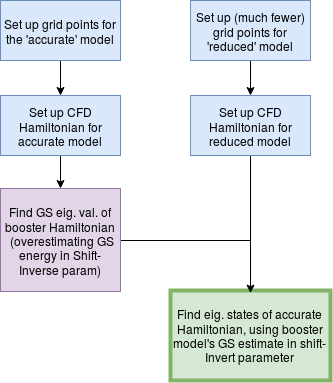
This is Figures/FastBoi.png from LukeRoantree4815162342/MastersThesis, a draw.io export, as it was before one commit. Source tidied: cells renumbered, new cells last; positions are measured from the earlier drawing's top-left corner, leaving out a move shared by most shapes. The source it was exported from:
```xml
<mxGraphModel>
  <root>
    <mxCell id="0" />
    <mxCell id="1" parent="0" />
    <mxCell id="2" style="rounded=1;whiteSpace=wrap;html=1;" parent="1" vertex="1">
      <mxGeometry width="120" height="60" as="geometry" />
    </mxCell>
    <mxCell id="3" style="edgeStyle=orthogonalEdgeStyle;rounded=0;jettySize=auto;html=1;exitX=0.5;exitY=1;exitDx=0;exitDy=0;entryX=0.5;entryY=0;entryDx=0;entryDy=0;" parent="1" edge="1" source="4" target="10">
      <mxGeometry relative="1" as="geometry" />
    </mxCell>
    <mxCell id="4" value="Set up grid points for the 'accurate' model" style="text;html=1;strokeColor=#6c8ebf;fillColor=#dae8fc;align=center;verticalAlign=middle;whiteSpace=wrap;rounded=0;" parent="1" vertex="1">
      <mxGeometry width="120" height="60" as="geometry" />
    </mxCell>
    <mxCell id="5" style="rounded=1;whiteSpace=wrap;html=1;" parent="1" vertex="1">
      <mxGeometry x="190" width="120" height="60" as="geometry" />
    </mxCell>
    <mxCell id="6" style="edgeStyle=orthogonalEdgeStyle;rounded=0;jettySize=auto;html=1;exitX=0.5;exitY=1;exitDx=0;exitDy=0;entryX=0.5;entryY=0;entryDx=0;entryDy=0;" parent="1" edge="1" source="7" target="17">
      <mxGeometry relative="1" as="geometry" />
    </mxCell>
    <mxCell id="7" value="Set up (much fewer) grid points for 'reduced' model" style="text;html=1;strokeColor=#6c8ebf;fillColor=#dae8fc;align=center;verticalAlign=middle;whiteSpace=wrap;rounded=0;" parent="1" vertex="1">
      <mxGeometry x="190" width="120" height="60" as="geometry" />
    </mxCell>
    <mxCell id="8" style="rounded=1;whiteSpace=wrap;html=1;" parent="1" vertex="1">
      <mxGeometry y="95" width="120" height="60" as="geometry" />
    </mxCell>
    <mxCell id="9" style="edgeStyle=orthogonalEdgeStyle;rounded=0;jettySize=auto;html=1;exitX=0.5;exitY=1;exitDx=0;exitDy=0;entryX=0.5;entryY=0;entryDx=0;entryDy=0;" parent="1" edge="1" source="10" target="13">
      <mxGeometry relative="1" as="geometry" />
    </mxCell>
    <mxCell id="10" value="Set up CFD Hamiltonian for accurate model" style="text;html=1;strokeColor=#6c8ebf;fillColor=#dae8fc;align=center;verticalAlign=middle;whiteSpace=wrap;rounded=0;" parent="1" vertex="1">
      <mxGeometry y="95" width="120" height="60" as="geometry" />
    </mxCell>
    <mxCell id="11" style="rounded=1;whiteSpace=wrap;html=1;" parent="1" vertex="1">
      <mxGeometry y="188" width="120" height="103" as="geometry" />
    </mxCell>
    <mxCell id="12" style="edgeStyle=orthogonalEdgeStyle;rounded=0;jettySize=auto;html=1;exitX=1;exitY=0.5;exitDx=0;exitDy=0;endArrow=none;endFill=0;" parent="1" edge="1" source="13">
      <mxGeometry relative="1" as="geometry">
        <mxPoint x="250" y="240" as="targetPoint" />
      </mxGeometry>
    </mxCell>
    <mxCell id="13" value="&lt;div&gt;Find GS eig. val. of booster Hamiltonian&lt;br&gt;&lt;/div&gt;&amp;nbsp;(overestimating GS energy in Shift-Inverse param)" style="text;html=1;strokeColor=#9673a6;fillColor=#e1d5e7;align=center;verticalAlign=middle;whiteSpace=wrap;rounded=0;" parent="1" vertex="1">
      <mxGeometry y="188" width="120" height="103" as="geometry" />
    </mxCell>
    <mxCell id="14" value="Find eig. states of accurate Hamiltonian, using booster model's GS estimate in shift-Invert parameter" style="text;html=1;strokeColor=#82b366;fillColor=#d5e8d4;align=center;verticalAlign=middle;whiteSpace=wrap;rounded=0;strokeWidth=4;" parent="1" vertex="1">
      <mxGeometry x="170" y="290" width="160" height="90" as="geometry" />
    </mxCell>
    <mxCell id="15" style="rounded=1;whiteSpace=wrap;html=1;" parent="1" vertex="1">
      <mxGeometry x="190" y="95" width="120" height="60" as="geometry" />
    </mxCell>
    <mxCell id="16" style="edgeStyle=orthogonalEdgeStyle;rounded=0;jettySize=auto;html=1;exitX=0.5;exitY=1;exitDx=0;exitDy=0;entryX=0.548;entryY=0.017;entryDx=0;entryDy=0;entryPerimeter=0;" parent="1" edge="1" source="17">
      <mxGeometry relative="1" as="geometry">
        <mxPoint x="250" y="292.6" as="targetPoint" />
      </mxGeometry>
    </mxCell>
    <mxCell id="17" value="Set up CFD Hamiltonian for reduced model" style="text;html=1;strokeColor=#6c8ebf;fillColor=#dae8fc;align=center;verticalAlign=middle;whiteSpace=wrap;rounded=0;" parent="1" vertex="1">
      <mxGeometry x="190" y="95" width="120" height="60" as="geometry" />
    </mxCell>
  </root>
</mxGraphModel>
```
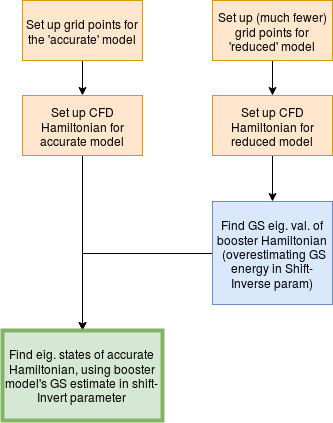
The same file after the commit.

What changed in the source:
```diff
@@ -8,7 +8,7 @@
     <mxCell id="3" style="edgeStyle=orthogonalEdgeStyle;rounded=0;jettySize=auto;html=1;exitX=0.5;exitY=1;exitDx=0;exitDy=0;entryX=0.5;entryY=0;entryDx=0;entryDy=0;" parent="1" edge="1" source="4" target="10">
       <mxGeometry relative="1" as="geometry" />
     </mxCell>
-    <mxCell id="4" value="Set up grid points for the 'accurate' model" style="text;html=1;strokeColor=#6c8ebf;fillColor=#dae8fc;align=center;verticalAlign=middle;whiteSpace=wrap;rounded=0;" parent="1" vertex="1">
+    <mxCell id="4" value="Set up grid points for the 'accurate' model" style="text;html=1;strokeColor=#d79b00;fillColor=#ffe6cc;align=center;verticalAlign=middle;whiteSpace=wrap;rounded=0;" parent="1" vertex="1">
       <mxGeometry width="120" height="60" as="geometry" />
     </mxCell>
     <mxCell id="5" style="rounded=1;whiteSpace=wrap;html=1;" parent="1" vertex="1">
@@ -17,41 +17,34 @@
     <mxCell id="6" style="edgeStyle=orthogonalEdgeStyle;rounded=0;jettySize=auto;html=1;exitX=0.5;exitY=1;exitDx=0;exitDy=0;entryX=0.5;entryY=0;entryDx=0;entryDy=0;" parent="1" edge="1" source="7" target="17">
       <mxGeometry relative="1" as="geometry" />
     </mxCell>
-    <mxCell id="7" value="Set up (much fewer) grid points for 'reduced' model" style="text;html=1;strokeColor=#6c8ebf;fillColor=#dae8fc;align=center;verticalAlign=middle;whiteSpace=wrap;rounded=0;" parent="1" vertex="1">
+    <mxCell id="7" value="Set up (much fewer) grid points for 'reduced' model" style="text;html=1;strokeColor=#d79b00;fillColor=#ffe6cc;align=center;verticalAlign=middle;whiteSpace=wrap;rounded=0;" parent="1" vertex="1">
       <mxGeometry x="190" width="120" height="60" as="geometry" />
     </mxCell>
     <mxCell id="8" style="rounded=1;whiteSpace=wrap;html=1;" parent="1" vertex="1">
       <mxGeometry y="95" width="120" height="60" as="geometry" />
     </mxCell>
-    <mxCell id="9" style="edgeStyle=orthogonalEdgeStyle;rounded=0;jettySize=auto;html=1;exitX=0.5;exitY=1;exitDx=0;exitDy=0;entryX=0.5;entryY=0;entryDx=0;entryDy=0;" parent="1" edge="1" source="10" target="13">
-      <mxGeometry relative="1" as="geometry" />
-    </mxCell>
+    <mxCell id="18" style="edgeStyle=orthogonalEdgeStyle;rounded=0;jettySize=auto;html=1;entryX=0.5;entryY=0;entryDx=0;entryDy=0;" parent="1" edge="1" source="10" target="14">
+      <mxGeometry relative="1" as="geometry" />
+    </mxCell>
-    <mxCell id="10" value="Set up CFD Hamiltonian for accurate model" style="text;html=1;strokeColor=#6c8ebf;fillColor=#dae8fc;align=center;verticalAlign=middle;whiteSpace=wrap;rounded=0;" parent="1" vertex="1">
+    <mxCell id="10" value="Set up CFD Hamiltonian for accurate model" style="text;html=1;strokeColor=#d79b00;fillColor=#ffe6cc;align=center;verticalAlign=middle;whiteSpace=wrap;rounded=0;" parent="1" vertex="1">
       <mxGeometry y="95" width="120" height="60" as="geometry" />
     </mxCell>
-    <mxCell id="11" style="rounded=1;whiteSpace=wrap;html=1;" parent="1" vertex="1">
-      <mxGeometry y="188" width="120" height="103" as="geometry" />
-    </mxCell>
-    <mxCell id="12" style="edgeStyle=orthogonalEdgeStyle;rounded=0;jettySize=auto;html=1;exitX=1;exitY=0.5;exitDx=0;exitDy=0;endArrow=none;endFill=0;" parent="1" edge="1" source="13">
-      <mxGeometry relative="1" as="geometry">
-        <mxPoint x="250" y="240" as="targetPoint" />
-      </mxGeometry>
-    </mxCell>
+    <mxCell id="19" style="edgeStyle=orthogonalEdgeStyle;rounded=0;jettySize=auto;html=1;" parent="1" edge="1" source="13" target="14">
+      <mxGeometry relative="1" as="geometry" />
+    </mxCell>
-    <mxCell id="13" value="&lt;div&gt;Find GS eig. val. of booster Hamiltonian&lt;br&gt;&lt;/div&gt;&amp;nbsp;(overestimating GS energy in Shift-Inverse param)" style="text;html=1;strokeColor=#9673a6;fillColor=#e1d5e7;align=center;verticalAlign=middle;whiteSpace=wrap;rounded=0;" parent="1" vertex="1">
-      <mxGeometry y="188" width="120" height="103" as="geometry" />
+    <mxCell id="13" value="&lt;div&gt;Find GS eig. val. of booster Hamiltonian&lt;br&gt;&lt;/div&gt;&amp;nbsp;(overestimating GS energy in Shift-Inverse param)" style="text;html=1;strokeColor=#6c8ebf;fillColor=#dae8fc;align=center;verticalAlign=middle;whiteSpace=wrap;rounded=0;" parent="1" vertex="1">
+      <mxGeometry x="190" y="201" width="120" height="103" as="geometry" />
     </mxCell>
     <mxCell id="14" value="Find eig. states of accurate Hamiltonian, using booster model's GS estimate in shift-Invert parameter" style="text;html=1;strokeColor=#82b366;fillColor=#d5e8d4;align=center;verticalAlign=middle;whiteSpace=wrap;rounded=0;strokeWidth=4;" parent="1" vertex="1">
-      <mxGeometry x="170" y="290" width="160" height="90" as="geometry" />
+      <mxGeometry x="-20" y="330" width="160" height="90" as="geometry" />
     </mxCell>
     <mxCell id="15" style="rounded=1;whiteSpace=wrap;html=1;" parent="1" vertex="1">
       <mxGeometry x="190" y="95" width="120" height="60" as="geometry" />
     </mxCell>
-    <mxCell id="16" style="edgeStyle=orthogonalEdgeStyle;rounded=0;jettySize=auto;html=1;exitX=0.5;exitY=1;exitDx=0;exitDy=0;entryX=0.548;entryY=0.017;entryDx=0;entryDy=0;entryPerimeter=0;" parent="1" edge="1" source="17">
-      <mxGeometry relative="1" as="geometry">
-        <mxPoint x="250" y="292.6" as="targetPoint" />
-      </mxGeometry>
-    </mxCell>
+    <mxCell id="20" style="edgeStyle=orthogonalEdgeStyle;rounded=0;jettySize=auto;html=1;" parent="1" edge="1" source="17" target="13">
+      <mxGeometry relative="1" as="geometry" />
+    </mxCell>
-    <mxCell id="17" value="Set up CFD Hamiltonian for reduced model" style="text;html=1;strokeColor=#6c8ebf;fillColor=#dae8fc;align=center;verticalAlign=middle;whiteSpace=wrap;rounded=0;" parent="1" vertex="1">
+    <mxCell id="17" value="Set up CFD Hamiltonian for reduced model" style="text;html=1;strokeColor=#d79b00;fillColor=#ffe6cc;align=center;verticalAlign=middle;whiteSpace=wrap;rounded=0;" parent="1" vertex="1">
       <mxGeometry x="190" y="95" width="120" height="60" as="geometry" />
     </mxCell>
   </root>
```
